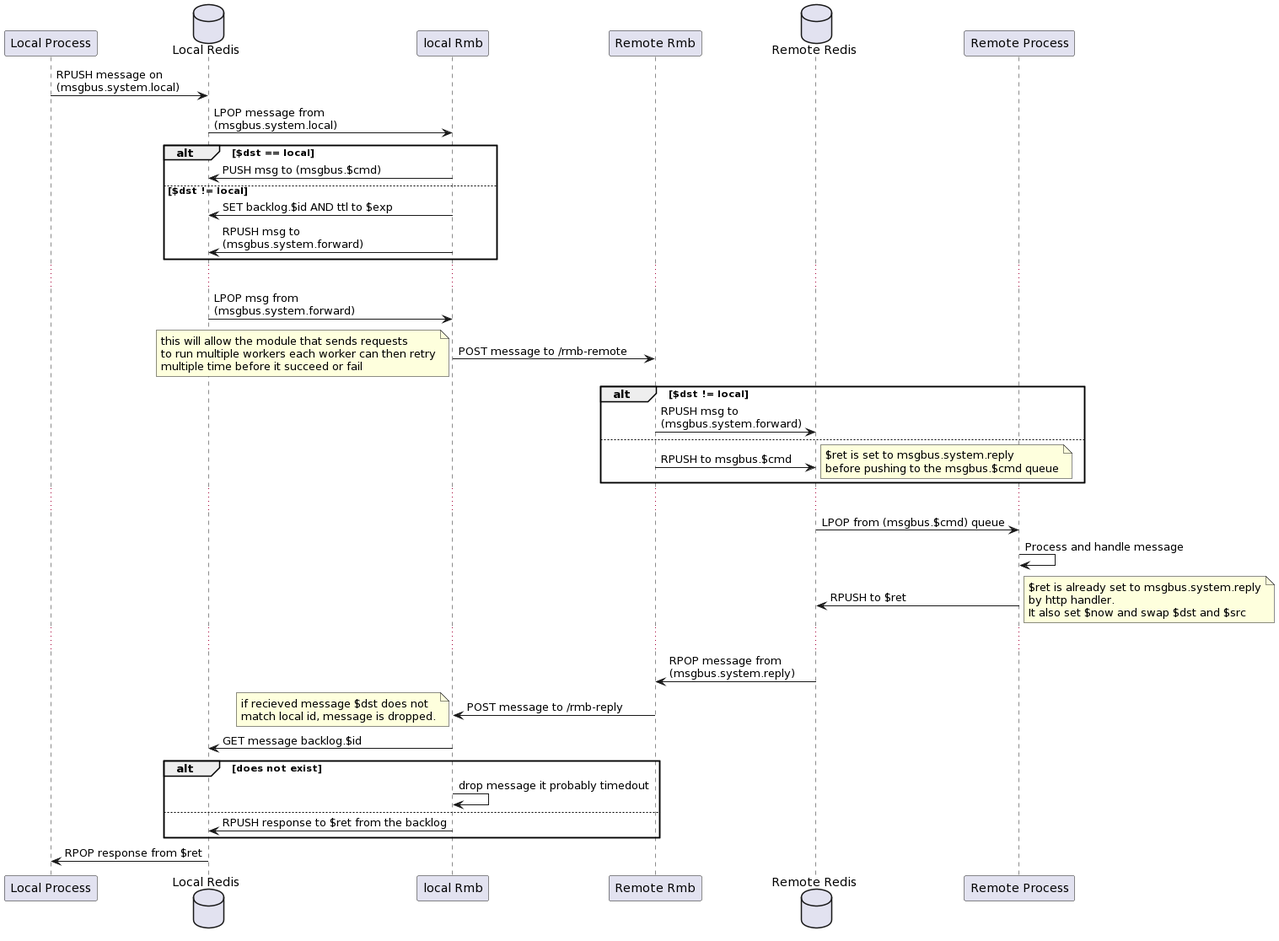
Above: docs/png/RMB.png in threefoldtech/rmb-rs (PlantUML), before the change.
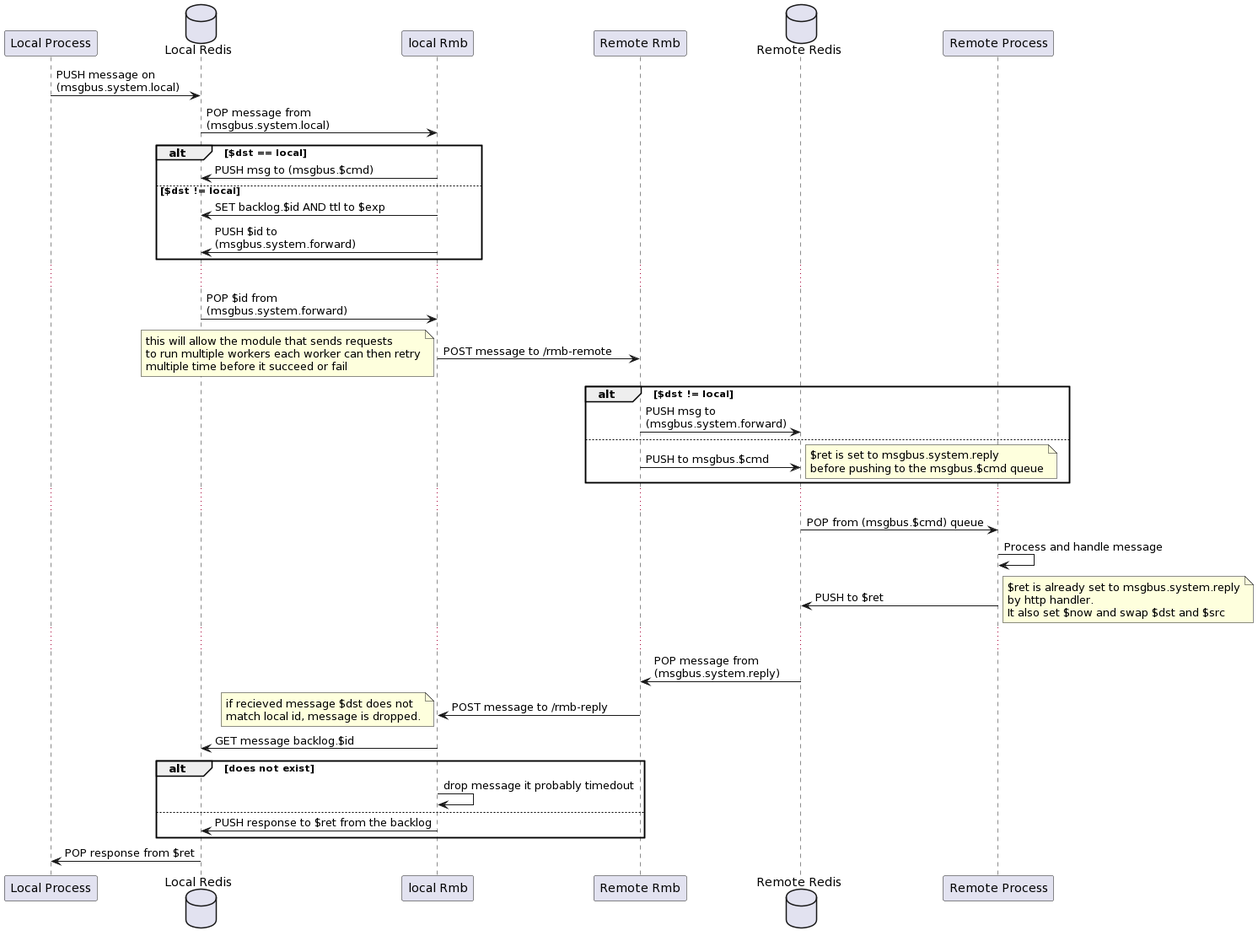
After the change.

What changed in the source:
```diff
@@ -7,17 +7,17 @@
 database "Remote Redis" as rr
 participant "Remote Process" as rp
 
-lp -> lr: RPUSH message on \n(msgbus.system.local)
-lr -> lrmb : LPOP message from \n(msgbus.system.local)
+lp -> lr: PUSH message on \n(msgbus.system.local)
+lr -> lrmb : POP message from \n(msgbus.system.local)
 
 alt $dst == local
 lrmb -> lr: PUSH msg to (msgbus.$cmd)
 else $dst != local
 lrmb -> lr: SET backlog.$id AND ttl to $exp
-lrmb -> lr: RPUSH msg to \n(msgbus.system.forward)
+lrmb -> lr: PUSH $id to \n(msgbus.system.forward)
 end
 ...
-lr -> lrmb: LPOP msg from \n(msgbus.system.forward)
+lr -> lrmb: POP $id from \n(msgbus.system.forward)
 lrmb -> rrmb: POST message to /rmb-remote
 note left
  this will allow the module that sends requests
@@ -25,25 +25,25 @@
  multiple time before it succeed or fail
 end note
 alt $dst != local
-rrmb -> rr: RPUSH msg to \n(msgbus.system.forward)
+rrmb -> rr: PUSH msg to \n(msgbus.system.forward)
 else
-rrmb -> rr: RPUSH to msgbus.$cmd
+rrmb -> rr: PUSH to msgbus.$cmd
 note right
 $ret is set to msgbus.system.reply
 before pushing to the msgbus.$cmd queue
 end note
 end
 ...
-rr -> rp: LPOP from (msgbus.$cmd) queue
+rr -> rp: POP from (msgbus.$cmd) queue
 rp -> rp: Process and handle message
-rp -> rr: RPUSH to $ret
+rp -> rr: PUSH to $ret
 note right
 $ret is already set to msgbus.system.reply
 by http handler.
 It also set $now and swap $dst and $src
 end note
 ...
-rr -> rrmb: RPOP message from \n(msgbus.system.reply)
+rr -> rrmb: POP message from \n(msgbus.system.reply)
 rrmb -> lrmb: POST message to /rmb-reply
 note left
 if recieved message $dst does not
@@ -53,7 +53,7 @@
 alt does not exist
 lrmb -> lrmb: drop message it probably timedout
 else
-lrmb -> lr: RPUSH response to $ret from the backlog
+lrmb -> lr: PUSH response to $ret from the backlog
 end
-lr -> lp: RPOP response from $ret
+lr -> lp: POP response from $ret
 @enduml
```
